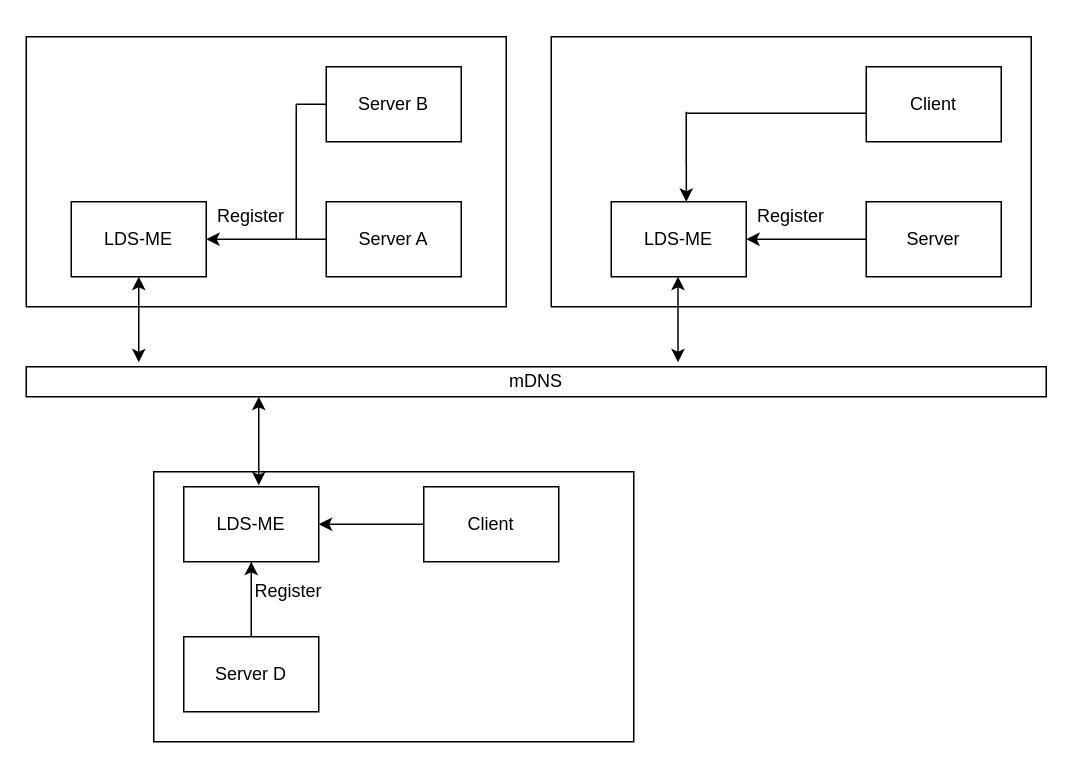
RakshanPremsagar/Thesis keeps this draw.io diagram as SingleMulticastSubnet.drawio. Above is the earlier version. Source tidied: cells renumbered, new cells numbered last; positions are measured from the earlier drawing's top-left corner, leaving out a move shared by most shapes. Both pictures are drawn from the tidied source at 150%, with x=0, y=0 at pixel (26, 36).
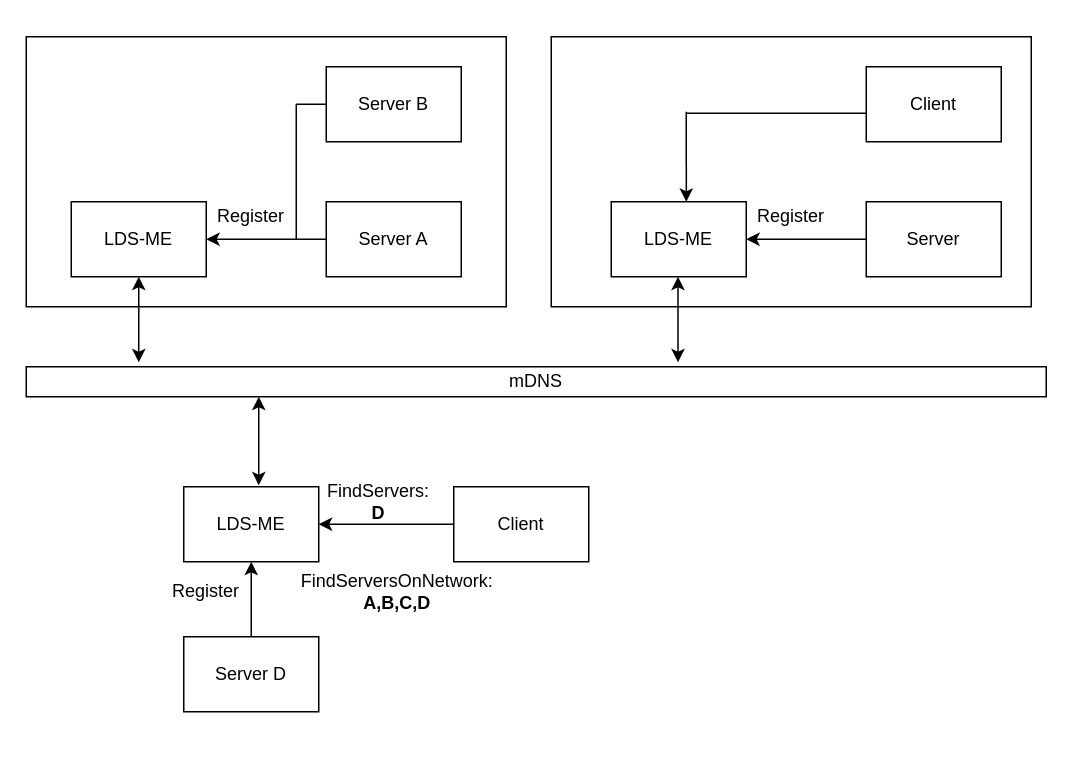
The same page after the edit.

The edit, as a diff of the source:
```diff
@@
-    <mxCell id="10" style="rounded=0;whiteSpace=wrap;html=1;" parent="1" vertex="1">
-      <mxGeometry x="85" y="290" width="320" height="180" as="geometry" />
-    </mxCell>
@@
     <mxCell id="13" value="Client" style="rounded=0;whiteSpace=wrap;html=1;" parent="1" vertex="1">
-      <mxGeometry x="265" y="300" width="90" height="50" as="geometry" />
+      <mxGeometry x="285" y="300" width="90" height="50" as="geometry" />
     </mxCell>
@@
     <mxCell id="30" value="Register" style="text;html=1;strokeColor=none;fillColor=none;align=center;verticalAlign=middle;whiteSpace=wrap;rounded=0;" parent="1" vertex="1">
-      <mxGeometry x="155" y="360" width="40" height="20" as="geometry" />
+      <mxGeometry x="100" y="360" width="40" height="20" as="geometry" />
     </mxCell>
+    <mxCell id="31" value="FindServers: &lt;b&gt;D&lt;/b&gt;" style="text;html=1;strokeColor=none;fillColor=none;align=center;verticalAlign=middle;whiteSpace=wrap;rounded=0;" parent="1" vertex="1">
+      <mxGeometry x="210" y="300" width="50" height="20" as="geometry" />
+    </mxCell>
+    <mxCell id="32" value="FindServersOnNetwork:&lt;br&gt;&lt;b&gt;A,B,C,D&lt;/b&gt;" style="text;html=1;strokeColor=none;fillColor=none;align=center;verticalAlign=middle;whiteSpace=wrap;rounded=0;" parent="1" vertex="1">
+      <mxGeometry x="175" y="360" width="145" height="20" as="geometry" />
+    </mxCell>
```
